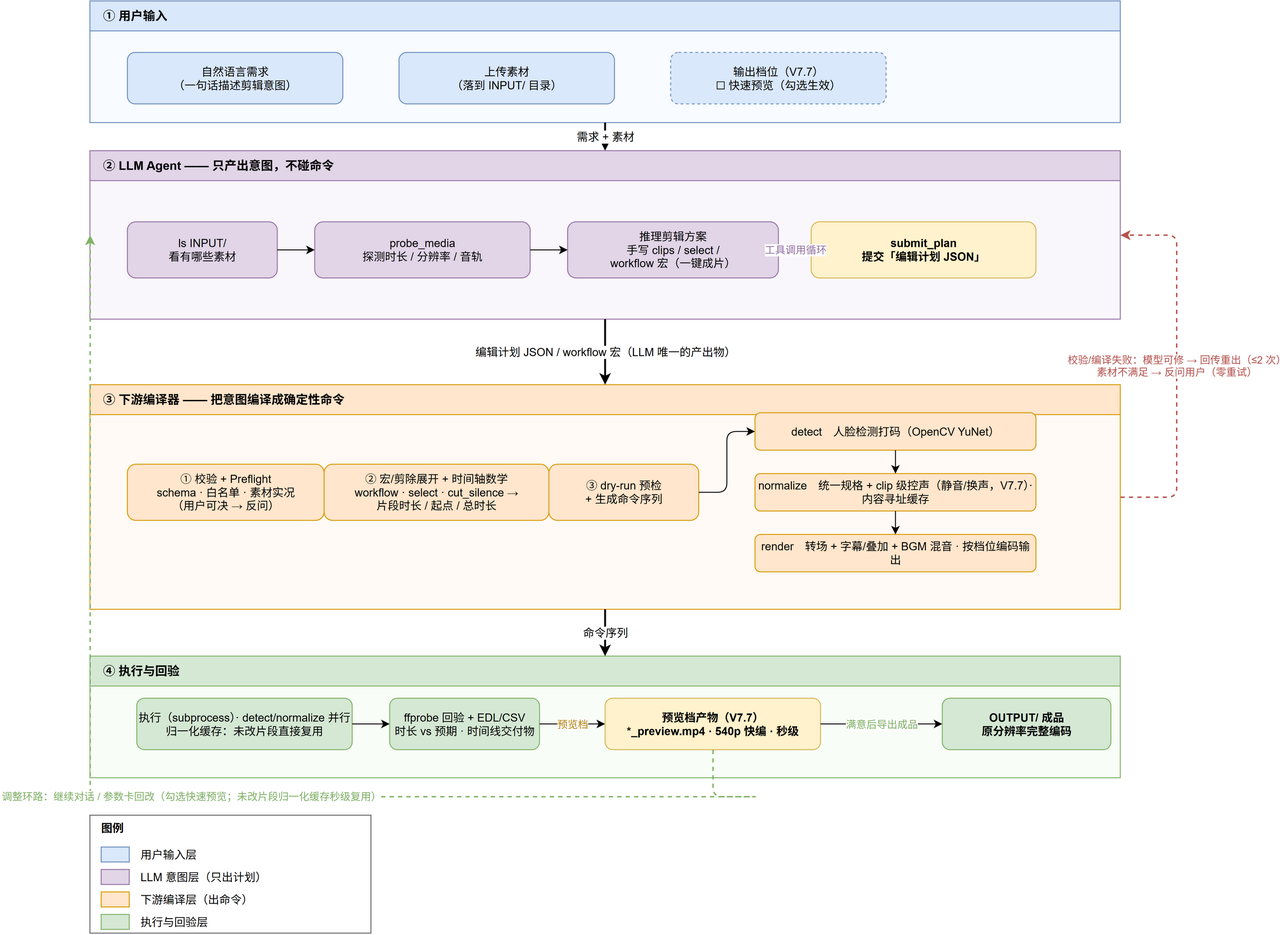
Earlier version of the draw.io export docs/architecture-flow.png (CoderPro-young/SmartTrimAgent-). Source tidied: cells renumbered, new cells last; positions are measured from the earlier drawing's top-left corner, leaving out a move shared by most shapes.
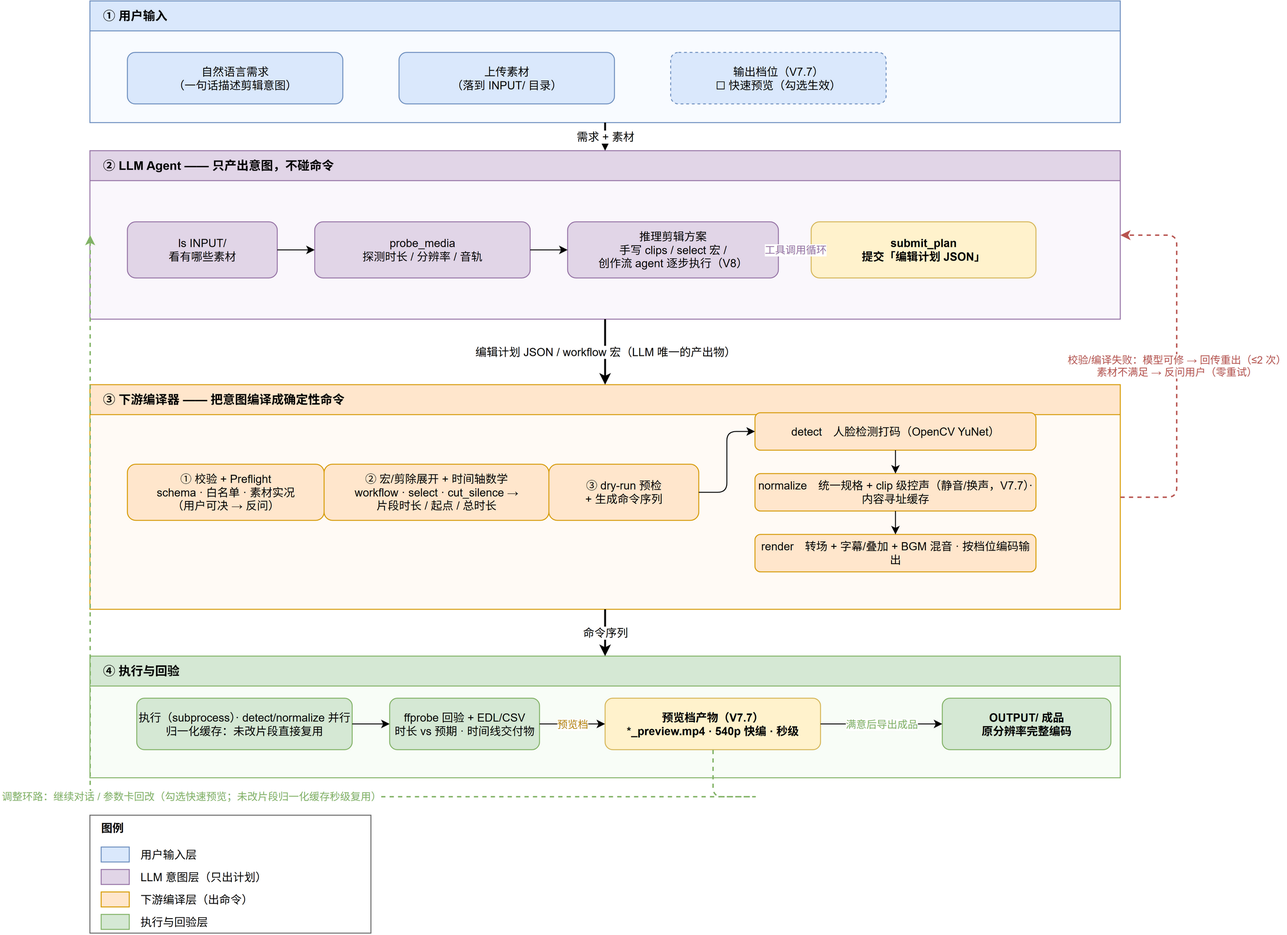
The same file after the commit.

Commit message:
test+docs: V8.0 —— 10 项离线测试；设计文档（FireRed 对照/决策记录/防线承接）；README/三方引用/架构图同步

The edit, as a diff of the source:
```diff
@@ -23,7 +23,7 @@
     <mxCell id="8" value="probe_media&#10;探测时长 / 分辨率 / 音轨" style="rounded=1;whiteSpace=wrap;html=1;fillColor=#e1d5e7;strokeColor=#9673a6;fontSize=12;" parent="6" vertex="1">
       <mxGeometry x="240" y="76" width="230" height="60" as="geometry" />
     </mxCell>
-    <mxCell id="9" value="推理剪辑方案&#10;手写 clips / select /&#10;workflow 宏（一键成片）" style="rounded=1;whiteSpace=wrap;html=1;fillColor=#e1d5e7;strokeColor=#9673a6;fontSize=12;" parent="6" vertex="1">
+    <mxCell id="9" value="推理剪辑方案&#10;手写 clips / select 宏 /&#10;创作流 agent 逐步执行（V8）" style="rounded=1;whiteSpace=wrap;html=1;fillColor=#e1d5e7;strokeColor=#9673a6;fontSize=12;" parent="6" vertex="1">
       <mxGeometry x="510" y="76" width="225" height="60" as="geometry" />
     </mxCell>
     <mxCell id="10" value="submit_plan&#10;提交「编辑计划 JSON」" style="rounded=1;whiteSpace=wrap;html=1;fillColor=#fff2cc;strokeColor=#d6b656;fontSize=12;fontStyle=1;" parent="6" vertex="1">
```
